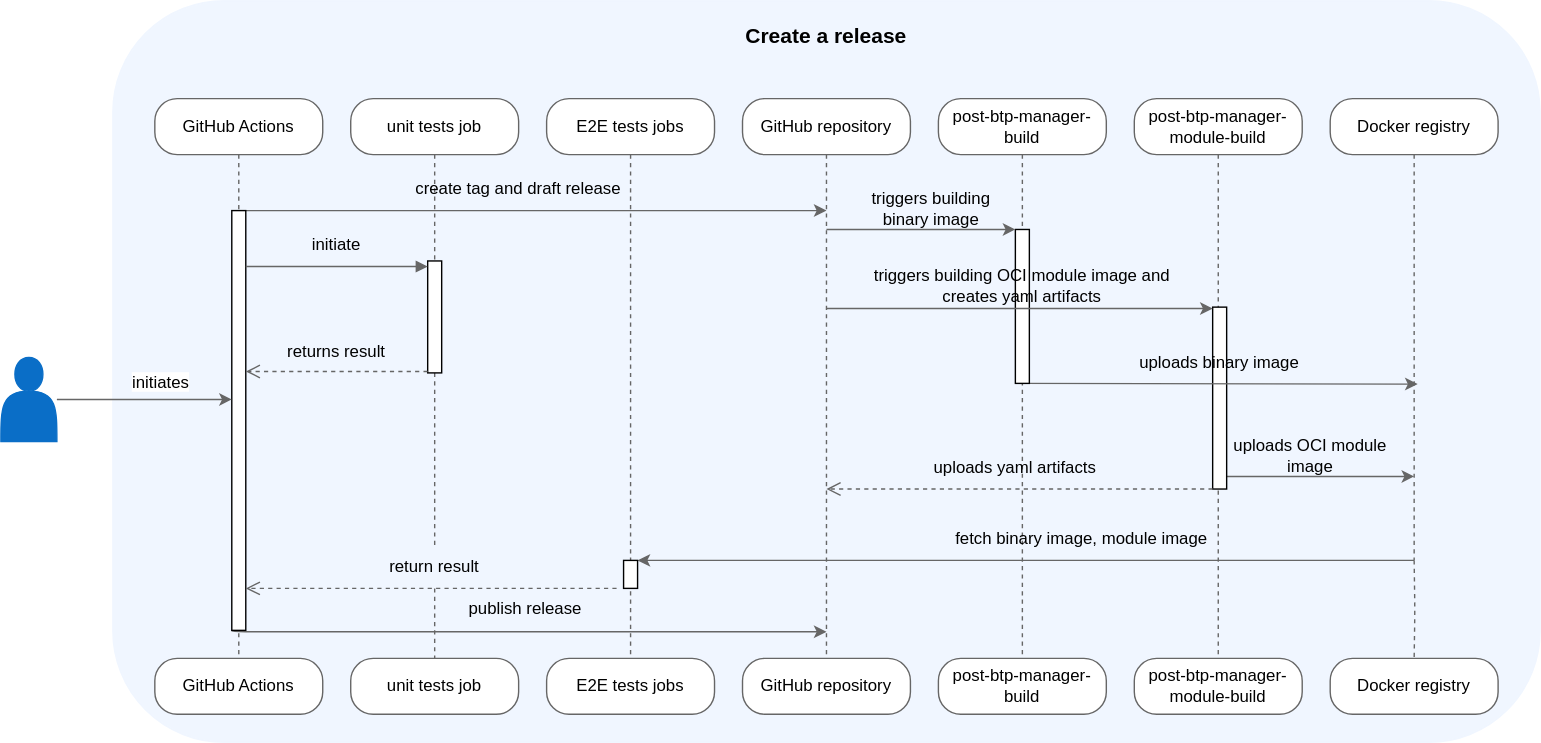
Before: docs/assets/release.svg, a diagram exported from draw.io (kyma-project/btp-manager). Source tidied: cells renumbered, new cells last; positions are measured from the earlier drawing's top-left corner, leaving out a move shared by most shapes.
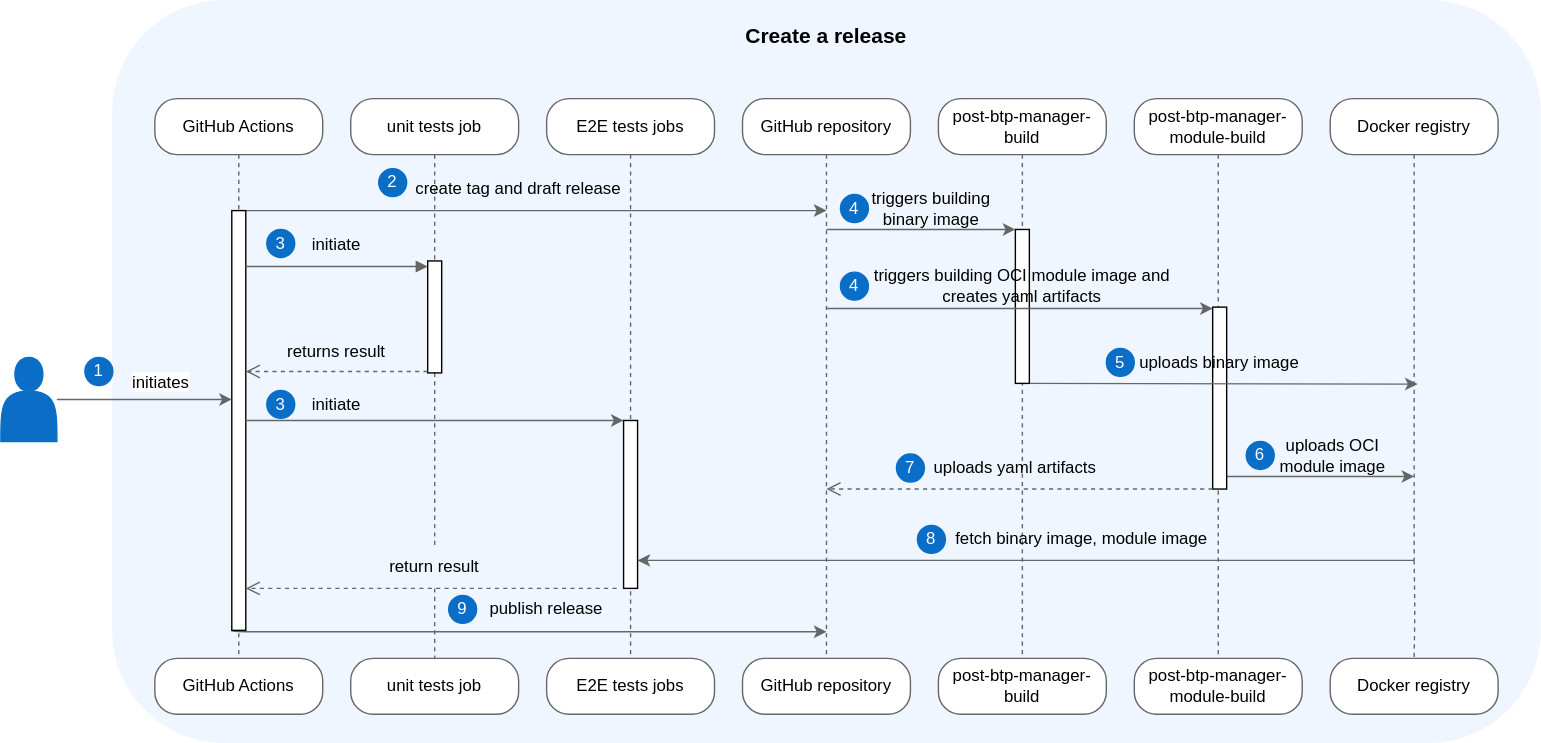
After the change.

Diff of the diagram source:
```diff
@@ -181,10 +181,10 @@
       </mxGeometry>
     </mxCell>
     <mxCell id="49" value="uploads OCI module image" style="text;html=1;strokeColor=none;fillColor=none;align=center;verticalAlign=middle;whiteSpace=wrap;rounded=0;" parent="1" vertex="1">
-      <mxGeometry x="876" y="310" width="120" height="30" as="geometry" />
+      <mxGeometry x="900" y="310" width="104" height="30" as="geometry" />
     </mxCell>
     <mxCell id="50" value="publish release" style="text;html=1;strokeColor=none;fillColor=none;align=center;verticalAlign=middle;whiteSpace=wrap;rounded=0;" parent="1" vertex="1">
-      <mxGeometry x="320" y="420" width="110" height="30" as="geometry" />
+      <mxGeometry x="335" y="420" width="110" height="30" as="geometry" />
     </mxCell>
     <mxCell id="51" style="edgeStyle=orthogonalEdgeStyle;html=1;verticalAlign=bottom;endArrow=none;endSize=8;strokeColor=#666666;rounded=1;entryX=0.5;entryY=0;entryDx=0;entryDy=0;endFill=0;dashed=1;" parent="1" edge="1" source="14" target="15">
       <mxGeometry relative="1" as="geometry" />
@@ -194,8 +194,14 @@
         <mxPoint x="1010" y="400" as="sourcePoint" />
       </mxGeometry>
     </mxCell>
+    <mxCell id="60" style="edgeStyle=elbowEdgeStyle;rounded=1;orthogonalLoop=1;jettySize=auto;html=1;elbow=vertical;strokeColor=#666666;" parent="1" edge="1">
+      <mxGeometry relative="1" as="geometry">
+        <mxPoint x="175" y="300" as="sourcePoint" />
+        <mxPoint x="445" y="300" as="targetPoint" />
+      </mxGeometry>
+    </mxCell>
     <mxCell id="53" style="html=1;points=[];perimeter=orthogonalPerimeter;outlineConnect=0;targetShapes=umlLifeline;portConstraint=eastwest;newEdgeStyle={&quot;edgeStyle&quot;:&quot;elbowEdgeStyle&quot;,&quot;elbow&quot;:&quot;vertical&quot;,&quot;curved&quot;:0,&quot;rounded&quot;:0};" parent="1" vertex="1">
-      <mxGeometry x="445" y="400" width="10" height="20" as="geometry" />
+      <mxGeometry x="445" y="300" width="10" height="120" as="geometry" />
     </mxCell>
     <mxCell id="54" value="return result" style="text;html=1;strokeColor=none;fillColor=none;align=center;verticalAlign=middle;whiteSpace=wrap;rounded=0;" parent="1" vertex="1">
       <mxGeometry x="270" y="390" width="80" height="30" as="geometry" />
@@ -229,5 +235,41 @@
     <mxCell id="59" value="uploads binary image" style="text;html=1;strokeColor=none;fillColor=none;align=center;verticalAlign=middle;whiteSpace=wrap;rounded=0;" parent="1" vertex="1">
       <mxGeometry x="796" y="243.5" width="150" height="30" as="geometry" />
     </mxCell>
+    <mxCell id="61" value="&lt;font color=&quot;#ffffff&quot;&gt;8&lt;/font&gt;" style="ellipse;whiteSpace=wrap;html=1;fillColor=#0a6ec7;strokeColor=#0a6ec7;" parent="1" vertex="1">
+      <mxGeometry x="655" y="375" width="20" height="20" as="geometry" />
+    </mxCell>
+    <mxCell id="62" value="&lt;font color=&quot;#ffffff&quot;&gt;1&lt;/font&gt;" style="ellipse;whiteSpace=wrap;html=1;fillColor=#0a6ec7;strokeColor=#0a6ec7;" parent="1" vertex="1">
+      <mxGeometry x="60" y="255" width="20" height="20" as="geometry" />
+    </mxCell>
+    <mxCell id="63" value="&lt;font color=&quot;#ffffff&quot;&gt;2&lt;/font&gt;" style="ellipse;whiteSpace=wrap;html=1;fillColor=#0a6ec7;strokeColor=#0a6ec7;" parent="1" vertex="1">
+      <mxGeometry x="270" y="120" width="20" height="20" as="geometry" />
+    </mxCell>
+    <mxCell id="64" value="initiate" style="text;html=1;strokeColor=none;fillColor=none;align=center;verticalAlign=middle;whiteSpace=wrap;rounded=0;" parent="1" vertex="1">
+      <mxGeometry x="210" y="273.5" width="60" height="30" as="geometry" />
+    </mxCell>
+    <mxCell id="65" value="&lt;font color=&quot;#ffffff&quot;&gt;3&lt;/font&gt;" style="ellipse;whiteSpace=wrap;html=1;fillColor=#0a6ec7;strokeColor=#0a6ec7;" parent="1" vertex="1">
+      <mxGeometry x="190" y="163.5" width="20" height="20" as="geometry" />
+    </mxCell>
+    <mxCell id="66" value="&lt;font color=&quot;#ffffff&quot;&gt;3&lt;/font&gt;" style="ellipse;whiteSpace=wrap;html=1;fillColor=#0a6ec7;strokeColor=#0a6ec7;" parent="1" vertex="1">
+      <mxGeometry x="190" y="278.5" width="20" height="20" as="geometry" />
+    </mxCell>
+    <mxCell id="67" value="&lt;font color=&quot;#ffffff&quot;&gt;4&lt;/font&gt;" style="ellipse;whiteSpace=wrap;html=1;fillColor=#0a6ec7;strokeColor=#0a6ec7;" parent="1" vertex="1">
+      <mxGeometry x="600" y="194" width="20" height="20" as="geometry" />
+    </mxCell>
+    <mxCell id="68" value="&lt;font color=&quot;#ffffff&quot;&gt;4&lt;/font&gt;" style="ellipse;whiteSpace=wrap;html=1;fillColor=#0a6ec7;strokeColor=#0a6ec7;" parent="1" vertex="1">
+      <mxGeometry x="600" y="138.5" width="20" height="20" as="geometry" />
+    </mxCell>
+    <mxCell id="69" value="&lt;font color=&quot;#ffffff&quot;&gt;5&lt;/font&gt;" style="ellipse;whiteSpace=wrap;html=1;fillColor=#0a6ec7;strokeColor=#0a6ec7;" parent="1" vertex="1">
+      <mxGeometry x="790" y="248.5" width="20" height="20" as="geometry" />
+    </mxCell>
+    <mxCell id="70" value="&lt;font color=&quot;#ffffff&quot;&gt;6&lt;/font&gt;" style="ellipse;whiteSpace=wrap;html=1;fillColor=#0a6ec7;strokeColor=#0a6ec7;" parent="1" vertex="1">
+      <mxGeometry x="890" y="315" width="20" height="20" as="geometry" />
+    </mxCell>
+    <mxCell id="71" value="&lt;font color=&quot;#ffffff&quot;&gt;7&lt;/font&gt;" style="ellipse;whiteSpace=wrap;html=1;fillColor=#0a6ec7;strokeColor=#0a6ec7;" parent="1" vertex="1">
+      <mxGeometry x="640" y="324" width="20" height="20" as="geometry" />
+    </mxCell>
+    <mxCell id="72" value="&lt;font color=&quot;#ffffff&quot;&gt;9&lt;/font&gt;" style="ellipse;whiteSpace=wrap;html=1;fillColor=#0a6ec7;strokeColor=#0a6ec7;" parent="1" vertex="1">
+      <mxGeometry x="320" y="425" width="20" height="20" as="geometry" />
+    </mxCell>
   </root>
 </mxGraphModel>
```
